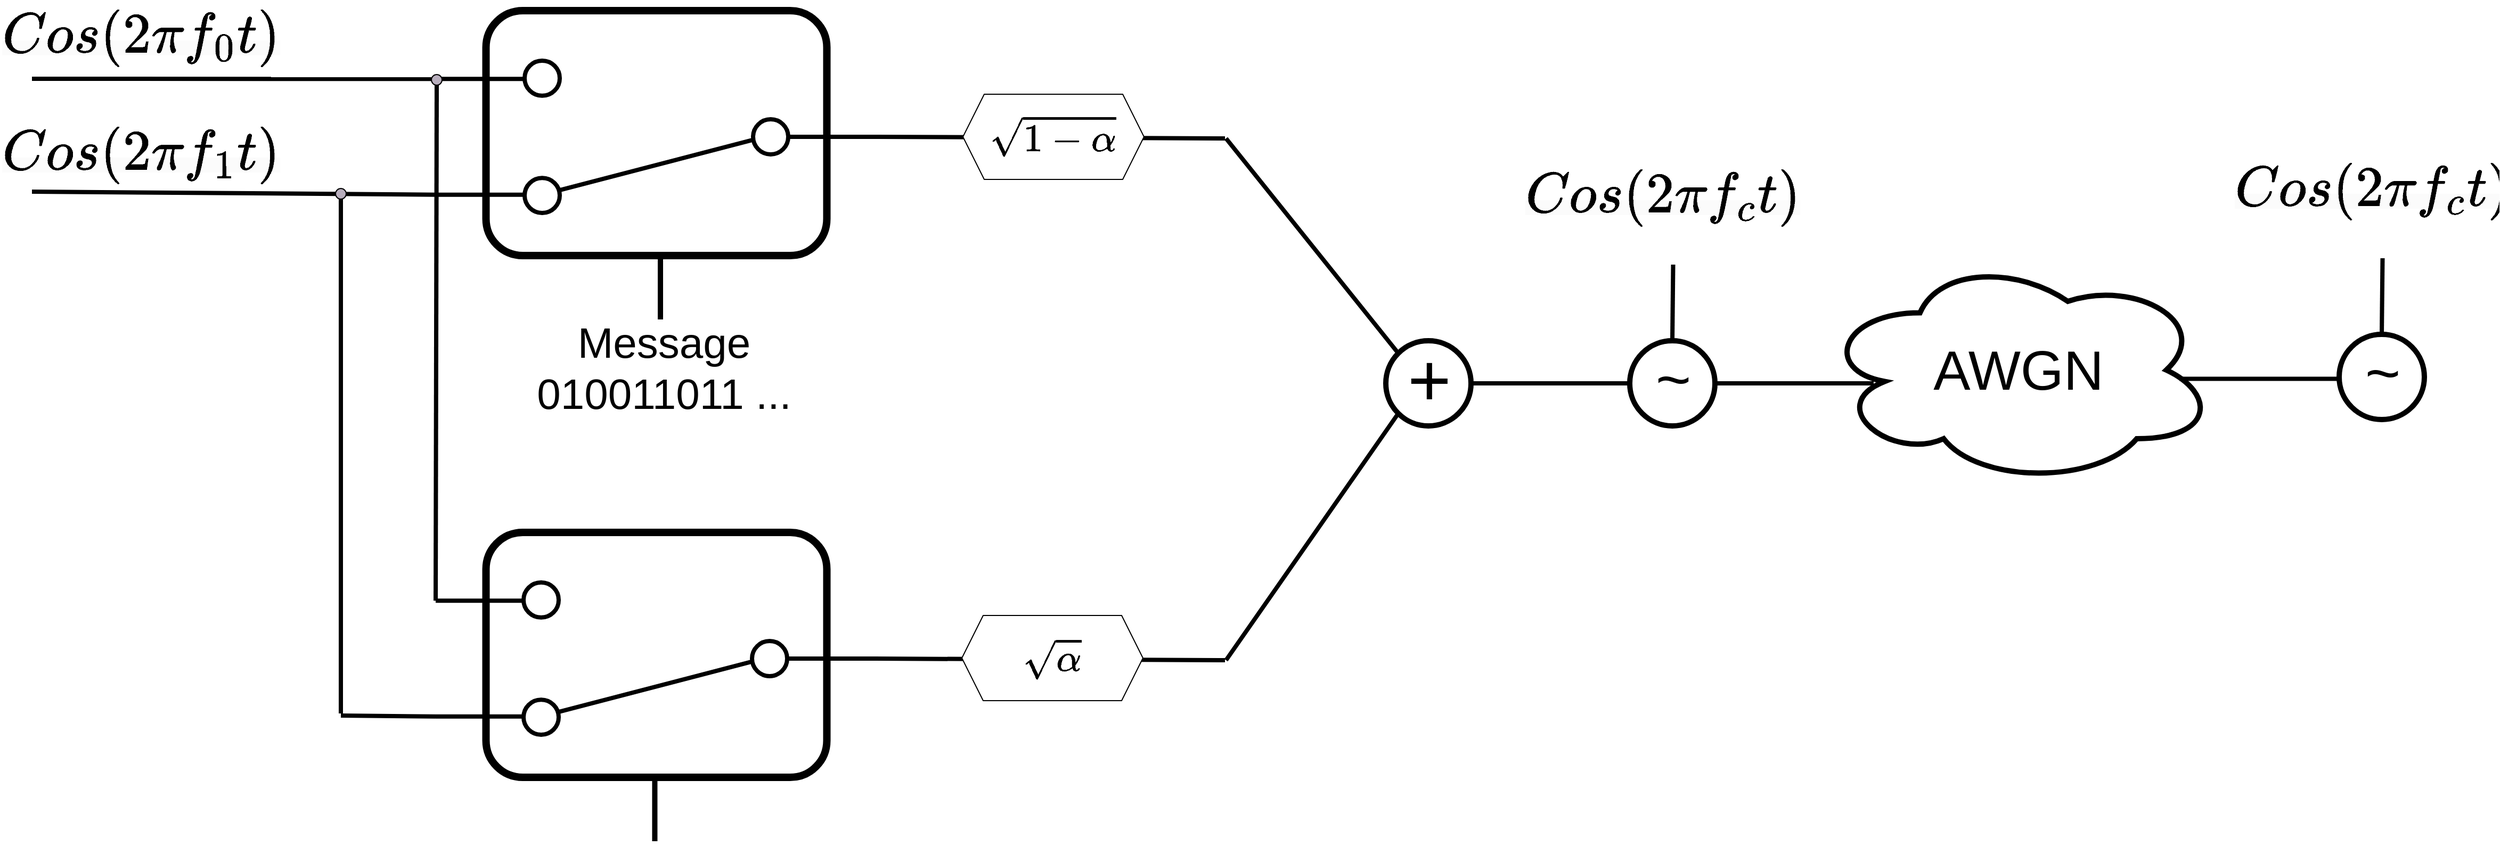
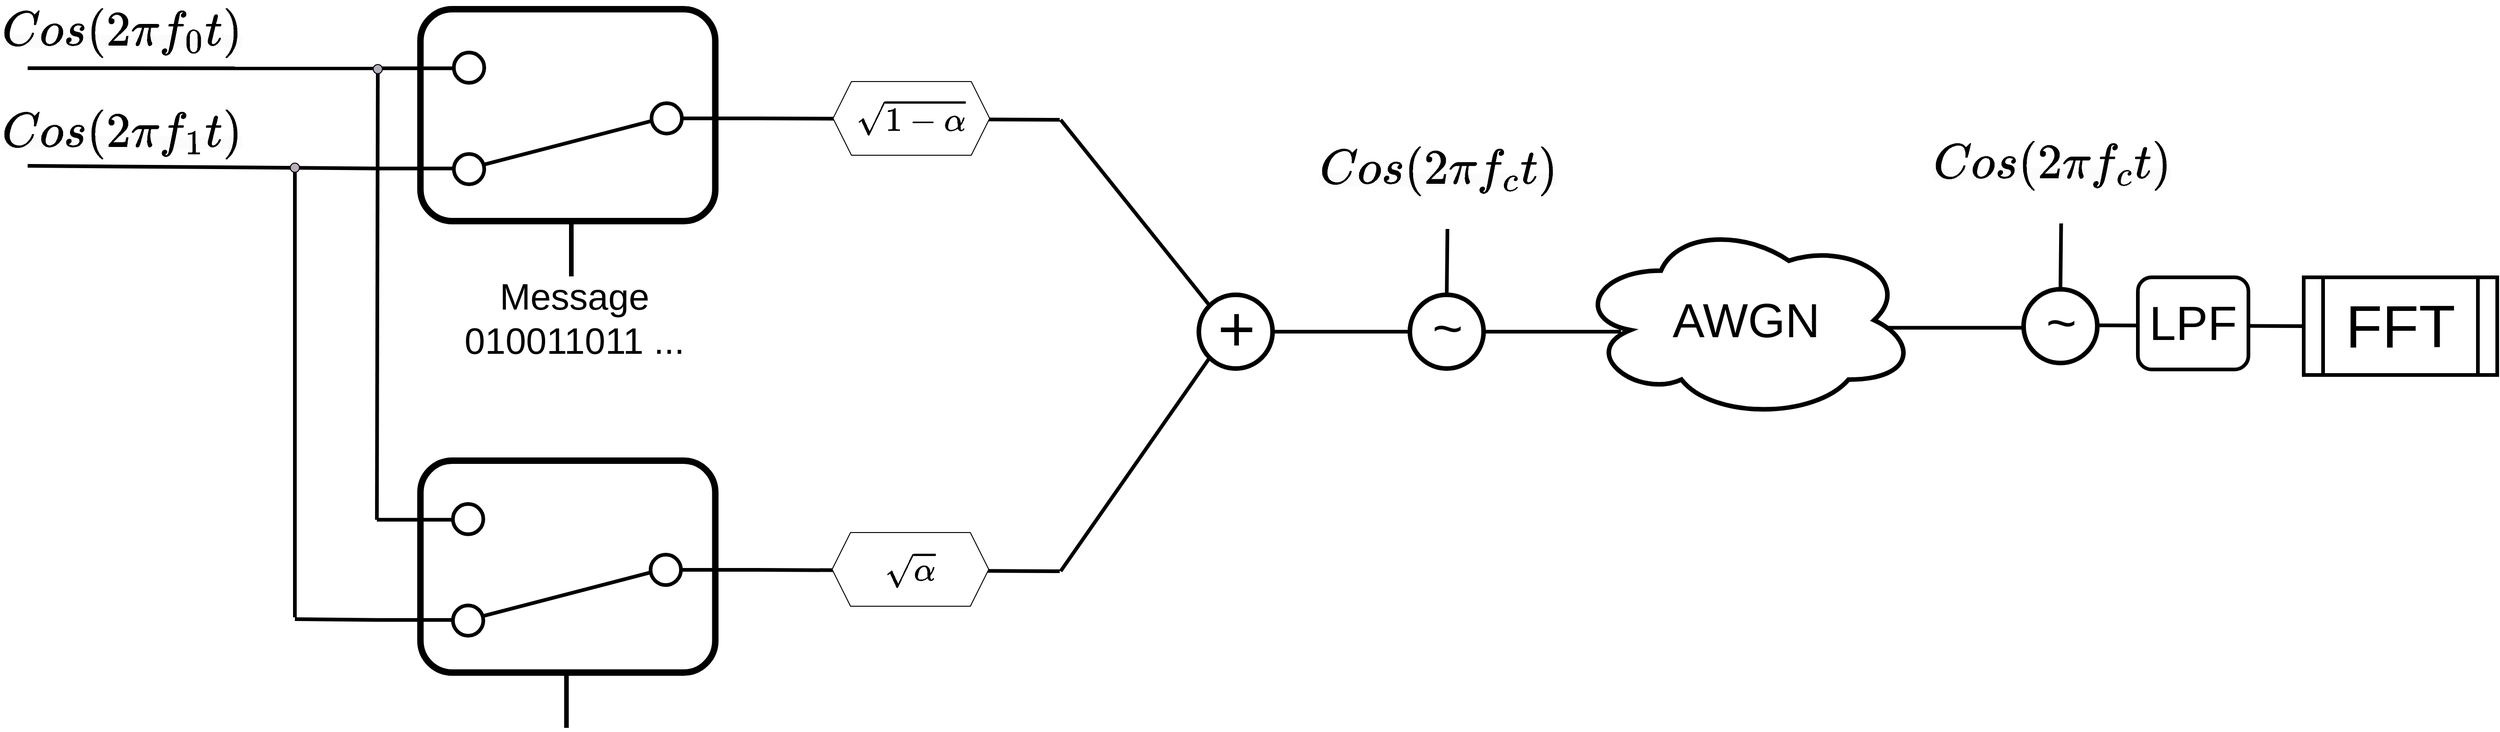
<mxfile host="app.diagrams.net" agent="Mozilla/5.0 (Macintosh; Intel Mac OS X 10_15_7) AppleWebKit/537.36 (KHTML, like Gecko) Chrome/134.0.0.0 Safari/537.36" version="26.1.0">
  <diagram name="Page-1" id="phkbYJqiPzpgWEG-CDjJ">
-     <mxGraphModel dx="2639" dy="1135" grid="1" gridSize="10" guides="1" tooltips="1" connect="1" arrows="1" fold="1" page="1" pageScale="1" pageWidth="850" pageHeight="1100" math="1" shadow="0">
+     <mxGraphModel dx="2364" dy="960" grid="1" gridSize="10" guides="1" tooltips="1" connect="1" arrows="1" fold="1" page="1" pageScale="1" pageWidth="850" pageHeight="1100" math="1" shadow="0">
      <root>
        <mxCell id="0" />
        <mxCell id="1" parent="0" />
        <mxCell id="wHlsPSZeJdCyMSSXnjVd-3" value="" style="html=1;shape=mxgraph.electrical.electro-mechanical.twoWaySwitch;aspect=fixed;elSwitchState=2;rotation=-180;strokeWidth=4;" vertex="1" parent="1">
          <mxGeometry x="200" y="297" width="412.5" height="143" as="geometry" />
        </mxCell>
        <mxCell id="wHlsPSZeJdCyMSSXnjVd-5" value="&lt;span style=&quot;color: rgb(0, 0, 0); font-family: Helvetica; font-style: normal; font-variant-ligatures: normal; font-variant-caps: normal; font-weight: 400; letter-spacing: normal; orphans: 2; text-align: center; text-indent: 0px; text-transform: none; widows: 2; word-spacing: 0px; -webkit-text-stroke-width: 0px; white-space: normal; background-color: rgb(251, 251, 251); text-decoration-thickness: initial; text-decoration-style: initial; text-decoration-color: initial; float: none; display: inline !important;&quot;&gt;&lt;font style=&quot;font-size: 45px;&quot;&gt;\( Cos(2\pi f_0 t) \)&lt;/font&gt;&lt;/span&gt;" style="text;whiteSpace=wrap;html=1;" vertex="1" parent="1">
          <mxGeometry x="-210" y="240" width="250" height="100" as="geometry" />
        </mxCell>
        <mxCell id="wHlsPSZeJdCyMSSXnjVd-6" value="&lt;span style=&quot;color: rgb(0, 0, 0); font-family: Helvetica; font-style: normal; font-variant-ligatures: normal; font-variant-caps: normal; font-weight: 400; letter-spacing: normal; orphans: 2; text-align: center; text-indent: 0px; text-transform: none; widows: 2; word-spacing: 0px; -webkit-text-stroke-width: 0px; white-space: normal; background-color: rgb(251, 251, 251); text-decoration-thickness: initial; text-decoration-style: initial; text-decoration-color: initial; float: none; display: inline !important;&quot;&gt;&lt;font style=&quot;font-size: 45px;&quot;&gt;\( Cos(2\pi f_1 t) \)&lt;/font&gt;&lt;/span&gt;" style="text;whiteSpace=wrap;html=1;" vertex="1" parent="1">
          <mxGeometry x="-210" y="350" width="250" height="100" as="geometry" />
        </mxCell>
        <mxCell id="wHlsPSZeJdCyMSSXnjVd-7" value="" style="rounded=1;whiteSpace=wrap;html=1;fillColor=none;strokeWidth=7;" vertex="1" parent="1">
          <mxGeometry x="246.25" y="250" width="320" height="230" as="geometry" />
        </mxCell>
        <mxCell id="wHlsPSZeJdCyMSSXnjVd-8" value="" style="html=1;shape=mxgraph.electrical.electro-mechanical.twoWaySwitch;aspect=fixed;elSwitchState=2;rotation=-180;strokeWidth=4;" vertex="1" parent="1">
          <mxGeometry x="199" y="787" width="412.5" height="143" as="geometry" />
        </mxCell>
        <mxCell id="wHlsPSZeJdCyMSSXnjVd-9" value="" style="rounded=1;whiteSpace=wrap;html=1;fillColor=none;strokeWidth=7;" vertex="1" parent="1">
          <mxGeometry x="246.25" y="740" width="320" height="230" as="geometry" />
        </mxCell>
        <mxCell id="wHlsPSZeJdCyMSSXnjVd-10" value="" style="endArrow=none;html=1;rounded=0;entryX=1;entryY=0.88;entryDx=0;entryDy=0;strokeWidth=4;" edge="1" parent="1" target="wHlsPSZeJdCyMSSXnjVd-3">
          <mxGeometry width="50" height="50" relative="1" as="geometry">
            <mxPoint x="-180" y="314" as="sourcePoint" />
            <mxPoint x="165" y="333.5" as="targetPoint" />
          </mxGeometry>
        </mxCell>
        <mxCell id="wHlsPSZeJdCyMSSXnjVd-11" value="" style="endArrow=none;html=1;rounded=0;entryX=1;entryY=0.12;entryDx=0;entryDy=0;strokeWidth=4;" edge="1" parent="1" target="wHlsPSZeJdCyMSSXnjVd-3">
          <mxGeometry width="50" height="50" relative="1" as="geometry">
            <mxPoint x="-180" y="420" as="sourcePoint" />
            <mxPoint x="200" y="429.44" as="targetPoint" />
          </mxGeometry>
        </mxCell>
        <mxCell id="wHlsPSZeJdCyMSSXnjVd-12" value="" style="endArrow=none;html=1;rounded=0;entryX=1;entryY=0.88;entryDx=0;entryDy=0;strokeWidth=4;exitX=1;exitY=0.88;exitDx=0;exitDy=0;" edge="1" parent="1" source="wHlsPSZeJdCyMSSXnjVd-8" target="wHlsPSZeJdCyMSSXnjVd-3">
          <mxGeometry width="50" height="50" relative="1" as="geometry">
            <mxPoint x="170" y="770" as="sourcePoint" />
            <mxPoint x="310" y="380" as="targetPoint" />
          </mxGeometry>
        </mxCell>
        <mxCell id="wHlsPSZeJdCyMSSXnjVd-13" value="" style="endArrow=none;html=1;rounded=0;entryX=1;entryY=0.88;entryDx=0;entryDy=0;strokeWidth=4;" edge="1" parent="1">
          <mxGeometry width="50" height="50" relative="1" as="geometry">
            <mxPoint x="110" y="910" as="sourcePoint" />
            <mxPoint x="110" y="420" as="targetPoint" />
          </mxGeometry>
        </mxCell>
        <mxCell id="wHlsPSZeJdCyMSSXnjVd-14" value="" style="endArrow=none;html=1;rounded=0;entryX=1;entryY=0.12;entryDx=0;entryDy=0;strokeWidth=4;" edge="1" parent="1" target="wHlsPSZeJdCyMSSXnjVd-8">
          <mxGeometry width="50" height="50" relative="1" as="geometry">
            <mxPoint x="110" y="912" as="sourcePoint" />
            <mxPoint x="280" y="852" as="targetPoint" />
          </mxGeometry>
        </mxCell>
        <mxCell id="wHlsPSZeJdCyMSSXnjVd-16" value="" style="ellipse;whiteSpace=wrap;html=1;aspect=fixed;fillColor=#B8AEBD;" vertex="1" parent="1">
          <mxGeometry x="195" y="310" width="10" height="10" as="geometry" />
        </mxCell>
        <mxCell id="wHlsPSZeJdCyMSSXnjVd-21" value="" style="ellipse;whiteSpace=wrap;html=1;aspect=fixed;fillColor=#B8AEBD;" vertex="1" parent="1">
          <mxGeometry x="105" y="417" width="10" height="10" as="geometry" />
        </mxCell>
        <mxCell id="wHlsPSZeJdCyMSSXnjVd-22" value="" style="endArrow=none;html=1;rounded=0;strokeWidth=5;" edge="1" parent="1">
          <mxGeometry width="50" height="50" relative="1" as="geometry">
            <mxPoint x="410" y="540" as="sourcePoint" />
            <mxPoint x="410" y="480" as="targetPoint" />
          </mxGeometry>
        </mxCell>
        <mxCell id="wHlsPSZeJdCyMSSXnjVd-23" value="&lt;font style=&quot;font-size: 40px;&quot;&gt;Message&lt;br&gt;010011011 ...&lt;/font&gt;" style="text;html=1;align=center;verticalAlign=middle;whiteSpace=wrap;rounded=0;" vertex="1" parent="1">
          <mxGeometry x="246.25" y="570" width="334.75" height="30" as="geometry" />
        </mxCell>
        <mxCell id="wHlsPSZeJdCyMSSXnjVd-27" value="" style="endArrow=none;html=1;rounded=0;exitX=0;exitY=0.5;exitDx=0;exitDy=0;strokeWidth=4;" edge="1" parent="1">
          <mxGeometry width="50" height="50" relative="1" as="geometry">
            <mxPoint x="612.5" y="368.5" as="sourcePoint" />
            <mxPoint x="940" y="370" as="targetPoint" />
          </mxGeometry>
        </mxCell>
        <mxCell id="wHlsPSZeJdCyMSSXnjVd-28" value="" style="endArrow=none;html=1;rounded=0;exitX=0;exitY=0.5;exitDx=0;exitDy=0;strokeWidth=4;" edge="1" parent="1" source="wHlsPSZeJdCyMSSXnjVd-8">
          <mxGeometry width="50" height="50" relative="1" as="geometry">
            <mxPoint x="612.5" y="858.05" as="sourcePoint" />
            <mxPoint x="940" y="860" as="targetPoint" />
          </mxGeometry>
        </mxCell>
        <mxCell id="wHlsPSZeJdCyMSSXnjVd-29" value="" style="group" vertex="1" connectable="0" parent="1">
          <mxGeometry x="1091" y="560" width="80" height="80" as="geometry" />
        </mxCell>
        <mxCell id="wHlsPSZeJdCyMSSXnjVd-15" value="" style="ellipse;whiteSpace=wrap;html=1;aspect=fixed;strokeWidth=5;" vertex="1" parent="wHlsPSZeJdCyMSSXnjVd-29">
          <mxGeometry width="80" height="80" as="geometry" />
        </mxCell>
        <mxCell id="wHlsPSZeJdCyMSSXnjVd-26" value="&lt;font style=&quot;font-size: 70px;&quot;&gt;+&lt;/font&gt;" style="text;html=1;align=center;verticalAlign=middle;whiteSpace=wrap;rounded=0;" vertex="1" parent="wHlsPSZeJdCyMSSXnjVd-29">
          <mxGeometry x="11" y="21" width="60" height="30" as="geometry" />
        </mxCell>
        <mxCell id="wHlsPSZeJdCyMSSXnjVd-31" value="" style="endArrow=none;html=1;rounded=0;exitX=0;exitY=0;exitDx=0;exitDy=0;strokeWidth=4;" edge="1" parent="1" source="wHlsPSZeJdCyMSSXnjVd-15">
          <mxGeometry width="50" height="50" relative="1" as="geometry">
            <mxPoint x="1111" y="560" as="sourcePoint" />
            <mxPoint x="941" y="370" as="targetPoint" />
          </mxGeometry>
        </mxCell>
        <mxCell id="wHlsPSZeJdCyMSSXnjVd-32" value="" style="endArrow=none;html=1;rounded=0;entryX=0;entryY=1;entryDx=0;entryDy=0;strokeWidth=4;" edge="1" parent="1" target="wHlsPSZeJdCyMSSXnjVd-15">
          <mxGeometry width="50" height="50" relative="1" as="geometry">
            <mxPoint x="941" y="860" as="sourcePoint" />
            <mxPoint x="981" y="650" as="targetPoint" />
          </mxGeometry>
        </mxCell>
        <mxCell id="wHlsPSZeJdCyMSSXnjVd-36" value="&lt;span style=&quot;font-size: 31px;&quot;&gt;\( \sqrt{1- \alpha} \)&lt;/span&gt;" style="shape=hexagon;perimeter=hexagonPerimeter2;whiteSpace=wrap;html=1;fixedSize=1;" vertex="1" parent="1">
          <mxGeometry x="694" y="328.5" width="170" height="80" as="geometry" />
        </mxCell>
        <mxCell id="wHlsPSZeJdCyMSSXnjVd-37" value="&lt;span style=&quot;font-size: 31px;&quot;&gt;\( \sqrt{\alpha} \)&lt;/span&gt;" style="shape=hexagon;perimeter=hexagonPerimeter2;whiteSpace=wrap;html=1;fixedSize=1;" vertex="1" parent="1">
          <mxGeometry x="693" y="818" width="170" height="80" as="geometry" />
        </mxCell>
        <mxCell id="wHlsPSZeJdCyMSSXnjVd-38" value="" style="endArrow=none;html=1;rounded=0;strokeWidth=4;" edge="1" parent="1">
          <mxGeometry width="50" height="50" relative="1" as="geometry">
            <mxPoint x="1171" y="600" as="sourcePoint" />
            <mxPoint x="1320" y="600" as="targetPoint" />
          </mxGeometry>
        </mxCell>
        <mxCell id="wHlsPSZeJdCyMSSXnjVd-39" value="" style="endArrow=none;html=1;rounded=0;strokeWidth=5;" edge="1" parent="1">
          <mxGeometry width="50" height="50" relative="1" as="geometry">
            <mxPoint x="404.72" y="1030" as="sourcePoint" />
            <mxPoint x="404.72" y="970" as="targetPoint" />
          </mxGeometry>
        </mxCell>
        <mxCell id="wHlsPSZeJdCyMSSXnjVd-40" value="" style="group" vertex="1" connectable="0" parent="1">
          <mxGeometry x="1320" y="560" width="80" height="80" as="geometry" />
        </mxCell>
        <mxCell id="wHlsPSZeJdCyMSSXnjVd-41" value="" style="ellipse;whiteSpace=wrap;html=1;aspect=fixed;strokeWidth=5;" vertex="1" parent="wHlsPSZeJdCyMSSXnjVd-40">
          <mxGeometry width="80" height="80" as="geometry" />
        </mxCell>
        <mxCell id="wHlsPSZeJdCyMSSXnjVd-42" value="&lt;font style=&quot;font-size: 57px;&quot;&gt;~&lt;/font&gt;" style="text;html=1;align=center;verticalAlign=middle;whiteSpace=wrap;rounded=0;" vertex="1" parent="wHlsPSZeJdCyMSSXnjVd-40">
          <mxGeometry x="11" y="21" width="60" height="30" as="geometry" />
        </mxCell>
        <mxCell id="wHlsPSZeJdCyMSSXnjVd-44" value="&lt;span style=&quot;color: rgb(0, 0, 0); font-family: Helvetica; font-style: normal; font-variant-ligatures: normal; font-variant-caps: normal; font-weight: 400; letter-spacing: normal; orphans: 2; text-align: center; text-indent: 0px; text-transform: none; widows: 2; word-spacing: 0px; -webkit-text-stroke-width: 0px; white-space: normal; background-color: rgb(251, 251, 251); text-decoration-thickness: initial; text-decoration-style: initial; text-decoration-color: initial; float: none; display: inline !important;&quot;&gt;&lt;font style=&quot;font-size: 45px;&quot;&gt;\( Cos(2\pi f_c t) \)&lt;/font&gt;&lt;/span&gt;" style="text;whiteSpace=wrap;html=1;" vertex="1" parent="1">
          <mxGeometry x="1220" y="390" width="250" height="100" as="geometry" />
        </mxCell>
        <mxCell id="wHlsPSZeJdCyMSSXnjVd-45" value="" style="endArrow=none;html=1;rounded=0;exitX=0.5;exitY=0;exitDx=0;exitDy=0;entryX=0.563;entryY=0.985;entryDx=0;entryDy=0;entryPerimeter=0;strokeWidth=4;" edge="1" parent="1" source="wHlsPSZeJdCyMSSXnjVd-41" target="wHlsPSZeJdCyMSSXnjVd-44">
          <mxGeometry width="50" height="50" relative="1" as="geometry">
            <mxPoint x="780" y="820" as="sourcePoint" />
            <mxPoint x="830" y="770" as="targetPoint" />
          </mxGeometry>
        </mxCell>
        <mxCell id="wHlsPSZeJdCyMSSXnjVd-46" value="" style="endArrow=none;html=1;rounded=0;strokeWidth=4;" edge="1" parent="1">
          <mxGeometry width="50" height="50" relative="1" as="geometry">
            <mxPoint x="1400" y="600" as="sourcePoint" />
            <mxPoint x="1549" y="600" as="targetPoint" />
          </mxGeometry>
        </mxCell>
        <mxCell id="wHlsPSZeJdCyMSSXnjVd-47" value="&lt;font style=&quot;font-size: 52px;&quot;&gt;AWGN&lt;/font&gt;" style="ellipse;shape=cloud;whiteSpace=wrap;html=1;strokeWidth=5;" vertex="1" parent="1">
          <mxGeometry x="1500" y="480" width="370" height="215" as="geometry" />
        </mxCell>
        <mxCell id="wHlsPSZeJdCyMSSXnjVd-48" value="" style="endArrow=none;html=1;rounded=0;strokeWidth=4;" edge="1" parent="1">
          <mxGeometry width="50" height="50" relative="1" as="geometry">
            <mxPoint x="1836" y="595.78" as="sourcePoint" />
            <mxPoint x="1985" y="595.78" as="targetPoint" />
          </mxGeometry>
        </mxCell>
        <mxCell id="wHlsPSZeJdCyMSSXnjVd-50" value="" style="group" vertex="1" connectable="0" parent="1">
          <mxGeometry x="1986" y="554" width="80" height="80" as="geometry" />
        </mxCell>
        <mxCell id="wHlsPSZeJdCyMSSXnjVd-51" value="" style="ellipse;whiteSpace=wrap;html=1;aspect=fixed;strokeWidth=5;" vertex="1" parent="wHlsPSZeJdCyMSSXnjVd-50">
          <mxGeometry width="80" height="80" as="geometry" />
        </mxCell>
        <mxCell id="wHlsPSZeJdCyMSSXnjVd-52" value="&lt;font style=&quot;font-size: 57px;&quot;&gt;~&lt;/font&gt;" style="text;html=1;align=center;verticalAlign=middle;whiteSpace=wrap;rounded=0;" vertex="1" parent="wHlsPSZeJdCyMSSXnjVd-50">
          <mxGeometry x="11" y="21" width="60" height="30" as="geometry" />
        </mxCell>
        <mxCell id="wHlsPSZeJdCyMSSXnjVd-53" value="&lt;span style=&quot;color: rgb(0, 0, 0); font-family: Helvetica; font-style: normal; font-variant-ligatures: normal; font-variant-caps: normal; font-weight: 400; letter-spacing: normal; orphans: 2; text-align: center; text-indent: 0px; text-transform: none; widows: 2; word-spacing: 0px; -webkit-text-stroke-width: 0px; white-space: normal; background-color: rgb(251, 251, 251); text-decoration-thickness: initial; text-decoration-style: initial; text-decoration-color: initial; float: none; display: inline !important;&quot;&gt;&lt;font style=&quot;font-size: 45px;&quot;&gt;\( Cos(2\pi f_c t) \)&lt;/font&gt;&lt;/span&gt;" style="text;whiteSpace=wrap;html=1;" vertex="1" parent="1">
          <mxGeometry x="1886" y="384" width="250" height="100" as="geometry" />
        </mxCell>
        <mxCell id="wHlsPSZeJdCyMSSXnjVd-54" value="" style="endArrow=none;html=1;rounded=0;exitX=0.5;exitY=0;exitDx=0;exitDy=0;entryX=0.563;entryY=0.985;entryDx=0;entryDy=0;entryPerimeter=0;strokeWidth=4;" edge="1" parent="1" source="wHlsPSZeJdCyMSSXnjVd-51" target="wHlsPSZeJdCyMSSXnjVd-53">
          <mxGeometry width="50" height="50" relative="1" as="geometry">
            <mxPoint x="1446" y="814" as="sourcePoint" />
            <mxPoint x="1496" y="764" as="targetPoint" />
          </mxGeometry>
        </mxCell>
+         <mxCell id="wHlsPSZeJdCyMSSXnjVd-55" value="" style="endArrow=none;html=1;rounded=0;strokeWidth=4;entryX=0;entryY=0.5;entryDx=0;entryDy=0;" edge="1" parent="1" target="wHlsPSZeJdCyMSSXnjVd-56">
+           <mxGeometry width="50" height="50" relative="1" as="geometry">
+             <mxPoint x="2066" y="593.0899999999999" as="sourcePoint" />
+             <mxPoint x="2215" y="593.0899999999999" as="targetPoint" />
+           </mxGeometry>
+         </mxCell>
+         <mxCell id="wHlsPSZeJdCyMSSXnjVd-56" value="&lt;font style=&quot;font-size: 65px;&quot;&gt;FFT&lt;/font&gt;" style="shape=process;whiteSpace=wrap;html=1;backgroundOutline=1;strokeWidth=4;" vertex="1" parent="1">
+           <mxGeometry x="2290" y="541" width="210" height="106" as="geometry" />
+         </mxCell>
+         <mxCell id="wHlsPSZeJdCyMSSXnjVd-57" value="&lt;font style=&quot;font-size: 52px;&quot;&gt;LPF&lt;/font&gt;" style="rounded=1;whiteSpace=wrap;html=1;strokeWidth=4;" vertex="1" parent="1">
+           <mxGeometry x="2110" y="541" width="120" height="100" as="geometry" />
+         </mxCell>
      </root>
    </mxGraphModel>
  </diagram>
</mxfile>
